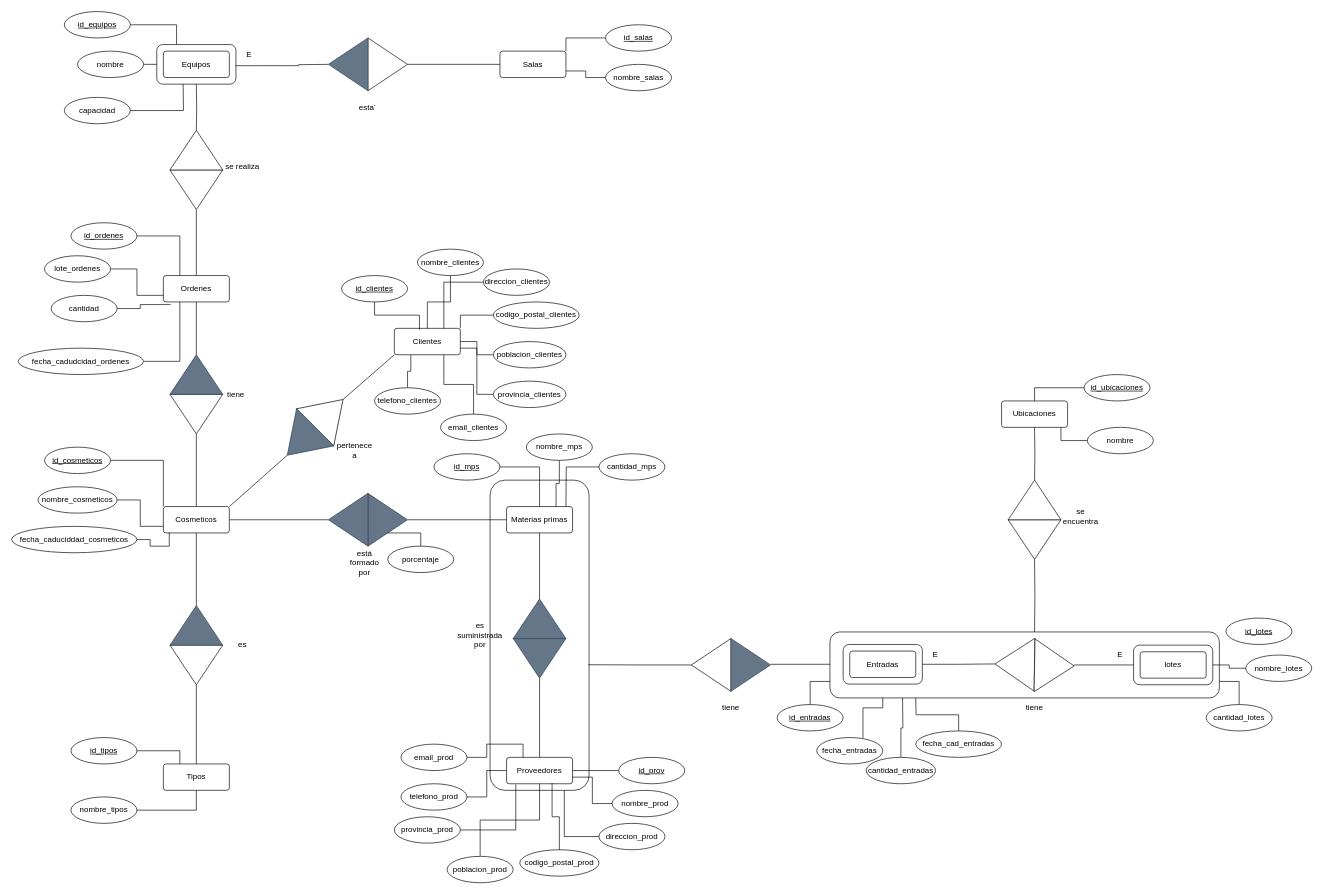
Before: der.drawio in jolumon/proyecto_24_25, a draw.io diagram. Source tidied: cells renumbered, new cells numbered last; positions are measured from the earlier drawing's top-left corner, leaving out a move shared by most shapes. Both pictures are drawn from the tidied source at 66%, with x=0, y=0 at pixel (11, 11).
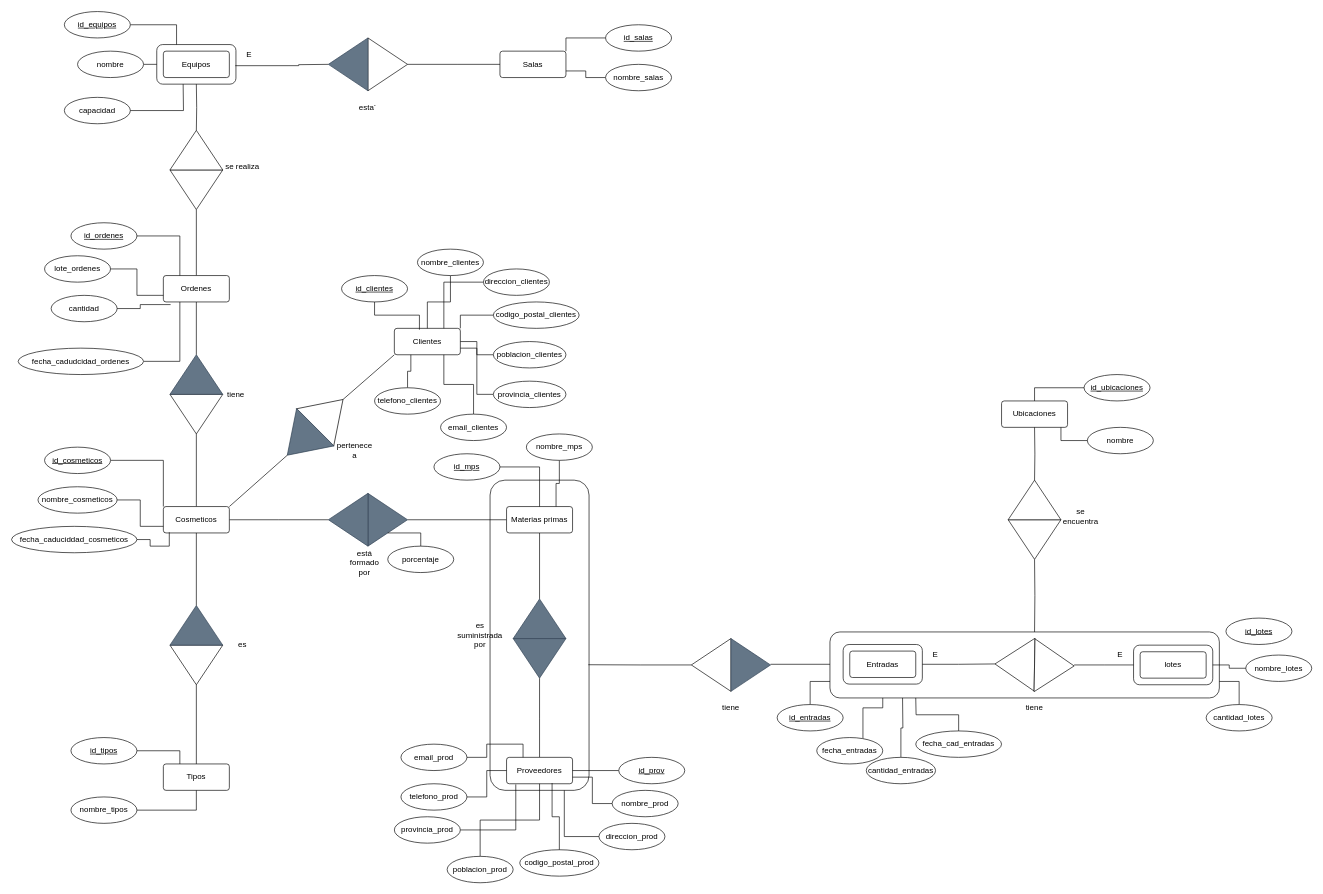
The same diagram, later.

Commit message (it also covers changes not shown here):
Eliminar atributo cantidad de la tabla materias primas

Change to the diagram source:
```diff
@@
-    <mxCell id="97" style="edgeStyle=orthogonalEdgeStyle;rounded=0;jettySize=auto;html=1;endArrow=none;endFill=0;" parent="1" edge="1" source="98">
-      <mxGeometry relative="1" as="geometry">
-        <mxPoint x="840" y="750" as="targetPoint" />
-      </mxGeometry>
-    </mxCell>
-    <mxCell id="98" value="cantidad_mps" style="ellipse;whiteSpace=wrap;html=1;align=center;" parent="1" vertex="1">
-      <mxGeometry x="890" y="670" width="100" height="40" as="geometry" />
-    </mxCell>
```
